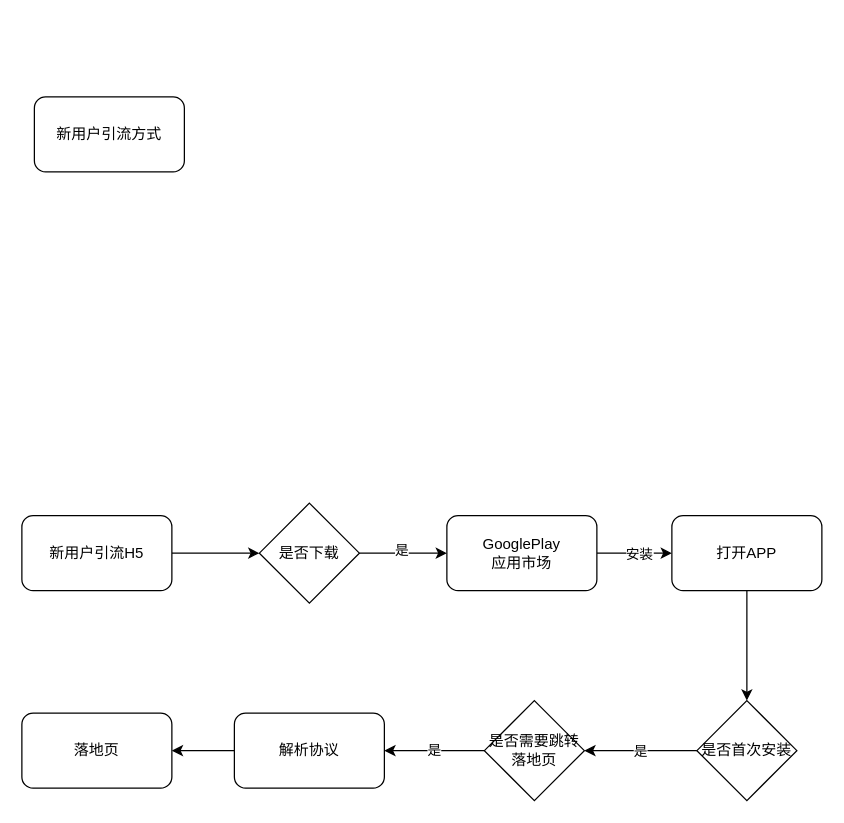
Earlier version of the draw.io diagram newuser_flow.drawio (hardygege/work). Source tidied: cells renumbered, new cells numbered last; positions are measured from the earlier drawing's top-left corner, leaving out a move shared by most shapes. Both pictures are drawn from the tidied source at 125%, with x=0, y=0 at pixel (21, 96).
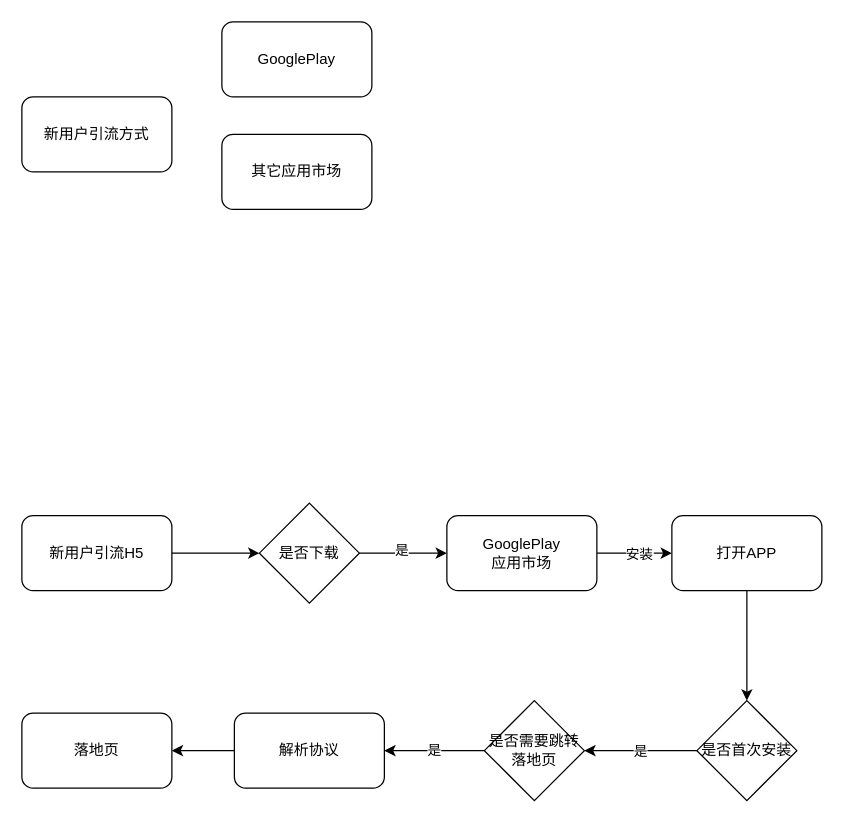
The same page after the edit.

Change to the diagram source:
```diff
@@
     <mxCell id="20" value="新用户引流方式" style="rounded=1;whiteSpace=wrap;html=1;" parent="1" vertex="1">
-      <mxGeometry x="10" width="120" height="60" as="geometry" />
+      <mxGeometry width="120" height="60" as="geometry" />
     </mxCell>
+    <mxCell id="21" value="GooglePlay" style="rounded=1;whiteSpace=wrap;html=1;" parent="1" vertex="1">
+      <mxGeometry x="160" y="-60" width="120" height="60" as="geometry" />
+    </mxCell>
+    <mxCell id="22" value="其它应用市场" style="rounded=1;whiteSpace=wrap;html=1;" parent="1" vertex="1">
+      <mxGeometry x="160" y="30" width="120" height="60" as="geometry" />
+    </mxCell>
```
